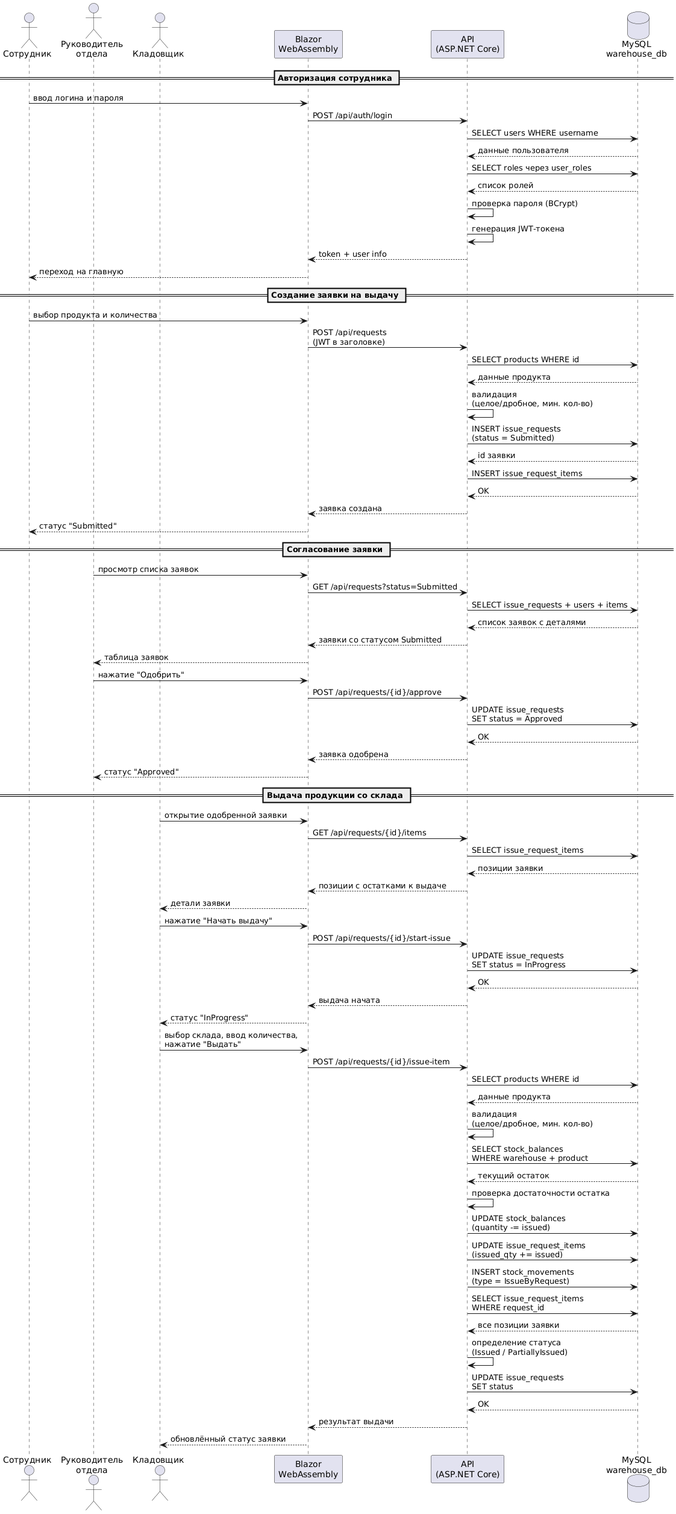
koluiree/warehouse keeps this PlantUML diagram as docs/assets/diagrams/диаграмма_последовательностей.png. Above is the earlier version. Its diagram source:
```plantuml
@startuml
actor "Сотрудник" as Employee
actor "Руководитель\nотдела" as Head
actor "Кладовщик" as Storekeeper

participant "Blazor\nWebAssembly" as UI
participant "API\n(ASP.NET Core)" as API
database "MySQL\nwarehouse_db" as DB

== Авторизация сотрудника ==

Employee -> UI : ввод логина и пароля
UI -> API : POST /api/auth/login
API -> DB : SELECT users WHERE username
DB --> API : данные пользователя
API -> DB : SELECT roles через user_roles
DB --> API : список ролей
API -> API : проверка пароля (BCrypt)
API -> API : генерация JWT-токена
API --> UI : token + user info
UI --> Employee : переход на главную

== Создание заявки на выдачу ==

Employee -> UI : выбор продукта и количества
UI -> API : POST /api/requests\n(JWT в заголовке)
API -> DB : SELECT products WHERE id
DB --> API : данные продукта
API -> API : валидация\n(целое/дробное, мин. кол-во)
API -> DB : INSERT issue_requests\n(status = Submitted)
DB --> API : id заявки
API -> DB : INSERT issue_request_items
DB --> API : OK
API --> UI : заявка создана
UI --> Employee : статус "Submitted"

== Согласование заявки ==

Head -> UI : просмотр списка заявок
UI -> API : GET /api/requests?status=Submitted
API -> DB : SELECT issue_requests + users + items
DB --> API : список заявок с деталями
API --> UI : заявки со статусом Submitted
UI --> Head : таблица заявок

Head -> UI : нажатие "Одобрить"
UI -> API : POST /api/requests/{id}/approve
API -> DB : UPDATE issue_requests\nSET status = Approved
DB --> API : OK
API --> UI : заявка одобрена
UI --> Head : статус "Approved"

== Выдача продукции со склада ==

Storekeeper -> UI : открытие одобренной заявки
UI -> API : GET /api/requests/{id}/items
API -> DB : SELECT issue_request_items
DB --> API : позиции заявки
API --> UI : позиции с остатками к выдаче
UI --> Storekeeper : детали заявки

Storekeeper -> UI : нажатие "Начать выдачу"
UI -> API : POST /api/requests/{id}/start-issue
API -> DB : UPDATE issue_requests\nSET status = InProgress
DB --> API : OK
API --> UI : выдача начата
UI --> Storekeeper : статус "InProgress"

Storekeeper -> UI : выбор склада, ввод количества,\nнажатие "Выдать"
UI -> API : POST /api/requests/{id}/issue-item
API -> DB : SELECT products WHERE id
DB --> API : данные продукта
API -> API : валидация\n(целое/дробное, мин. кол-во)
API -> DB : SELECT stock_balances\nWHERE warehouse + product
DB --> API : текущий остаток
API -> API : проверка достаточности остатка
API -> DB : UPDATE stock_balances\n(quantity -= issued)
API -> DB : UPDATE issue_request_items\n(issued_qty += issued)
API -> DB : INSERT stock_movements\n(type = IssueByRequest)
API -> DB : SELECT issue_request_items\nWHERE request_id
DB --> API : все позиции заявки
API -> API : определение статуса\n(Issued / PartiallyIssued)
API -> DB : UPDATE issue_requests\nSET status
DB --> API : OK
API --> UI : результат выдачи
UI --> Storekeeper : обновлённый статус заявки
@enduml
```
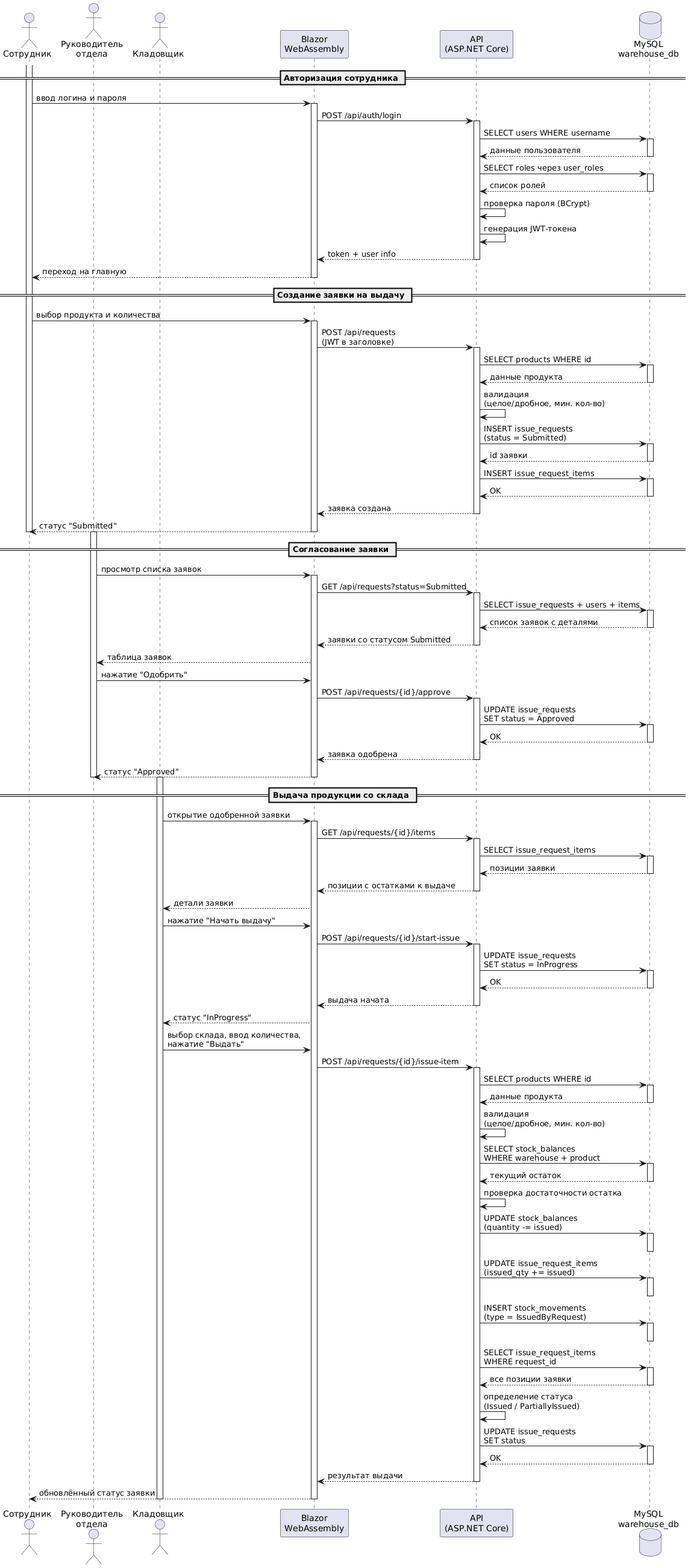
The same diagram one commit later.

Commit message:
обновление диаграмм

Diff of the diagram source:
```diff
@@ -9,79 +9,138 @@
 
 == Авторизация сотрудника ==
 
+activate Employee
 Employee -> UI : ввод логина и пароля
+activate UI
 UI -> API : POST /api/auth/login
+activate API
 API -> DB : SELECT users WHERE username
+activate DB
 DB --> API : данные пользователя
+deactivate DB
 API -> DB : SELECT roles через user_roles
+activate DB
 DB --> API : список ролей
+deactivate DB
 API -> API : проверка пароля (BCrypt)
 API -> API : генерация JWT-токена
 API --> UI : token + user info
+deactivate API
 UI --> Employee : переход на главную
+deactivate UI
 
 == Создание заявки на выдачу ==
 
 Employee -> UI : выбор продукта и количества
+activate UI
 UI -> API : POST /api/requests\n(JWT в заголовке)
+activate API
 API -> DB : SELECT products WHERE id
+activate DB
 DB --> API : данные продукта
+deactivate DB
 API -> API : валидация\n(целое/дробное, мин. кол-во)
 API -> DB : INSERT issue_requests\n(status = Submitted)
+activate DB
 DB --> API : id заявки
+deactivate DB
 API -> DB : INSERT issue_request_items
+activate DB
 DB --> API : OK
+deactivate DB
 API --> UI : заявка создана
+deactivate API
 UI --> Employee : статус "Submitted"
+deactivate UI
+deactivate Employee
 
 == Согласование заявки ==
 
+activate Head
 Head -> UI : просмотр списка заявок
+activate UI
 UI -> API : GET /api/requests?status=Submitted
+activate API
 API -> DB : SELECT issue_requests + users + items
+activate DB
 DB --> API : список заявок с деталями
+deactivate DB
 API --> UI : заявки со статусом Submitted
+deactivate API
 UI --> Head : таблица заявок
-
 Head -> UI : нажатие "Одобрить"
 UI -> API : POST /api/requests/{id}/approve
+activate API
 API -> DB : UPDATE issue_requests\nSET status = Approved
+activate DB
 DB --> API : OK
+deactivate DB
 API --> UI : заявка одобрена
+deactivate API
 UI --> Head : статус "Approved"
+deactivate UI
+deactivate Head
 
 == Выдача продукции со склада ==
 
+activate Storekeeper
 Storekeeper -> UI : открытие одобренной заявки
+activate UI
 UI -> API : GET /api/requests/{id}/items
+activate API
 API -> DB : SELECT issue_request_items
+activate DB
 DB --> API : позиции заявки
+deactivate DB
 API --> UI : позиции с остатками к выдаче
+deactivate API
 UI --> Storekeeper : детали заявки
 
 Storekeeper -> UI : нажатие "Начать выдачу"
 UI -> API : POST /api/requests/{id}/start-issue
+activate API
 API -> DB : UPDATE issue_requests\nSET status = InProgress
+activate DB
 DB --> API : OK
+deactivate DB
 API --> UI : выдача начата
+deactivate API
 UI --> Storekeeper : статус "InProgress"
 
 Storekeeper -> UI : выбор склада, ввод количества,\nнажатие "Выдать"
 UI -> API : POST /api/requests/{id}/issue-item
+activate API
 API -> DB : SELECT products WHERE id
+activate DB
 DB --> API : данные продукта
+deactivate DB
 API -> API : валидация\n(целое/дробное, мин. кол-во)
 API -> DB : SELECT stock_balances\nWHERE warehouse + product
+activate DB
 DB --> API : текущий остаток
+deactivate DB
 API -> API : проверка достаточности остатка
 API -> DB : UPDATE stock_balances\n(quantity -= issued)
+activate DB
+deactivate DB
 API -> DB : UPDATE issue_request_items\n(issued_qty += issued)
-API -> DB : INSERT stock_movements\n(type = IssueByRequest)
+activate DB
+deactivate DB
+API -> DB : INSERT stock_movements\n(type = IssuedByRequest)
+activate DB
+deactivate DB
 API -> DB : SELECT issue_request_items\nWHERE request_id
+activate DB
 DB --> API : все позиции заявки
+deactivate DB
 API -> API : определение статуса\n(Issued / PartiallyIssued)
 API -> DB : UPDATE issue_requests\nSET status
+activate DB
 DB --> API : OK
+deactivate DB
 API --> UI : результат выдачи
-UI --> Storekeeper : обновлённый статус заявки
+deactivate API
+UI --> Employee : обновлённый статус заявки
+deactivate UI
+deactivate Storekeeper
 @enduml
```
